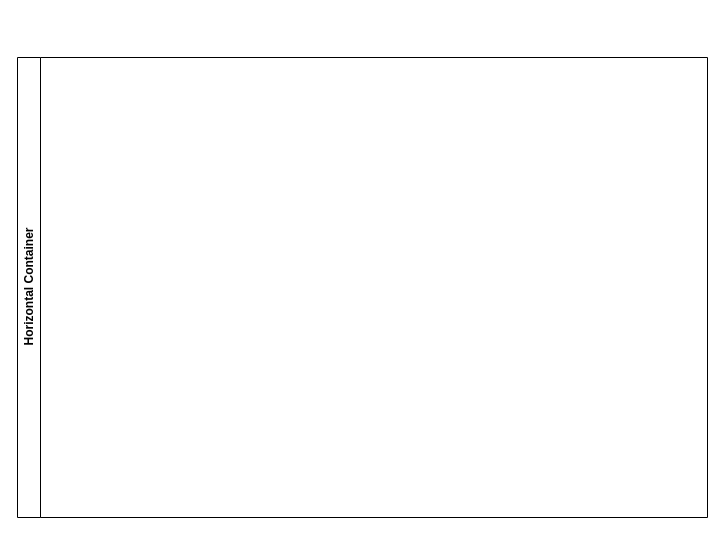
The draw.io diagram template.drawio in Karennc0/XMOBOTS, before the edit. Source tidied: cells renumbered, new cells numbered last; positions are measured from the earlier drawing's top-left corner, leaving out a move shared by most shapes. Both pictures are drawn from the tidied source at 100%, with x=0, y=0 at pixel (17, 57).
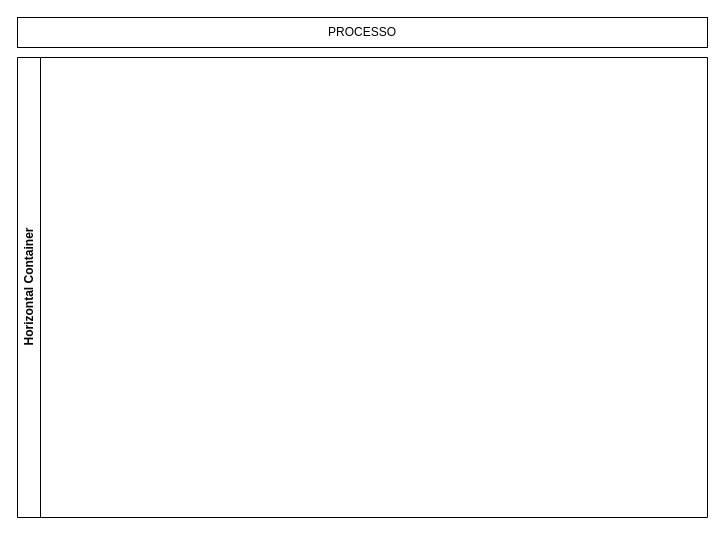
Above is the later version.

Diff of the diagram source:
```diff
@@
 <mxGraphModel>
   <root>
     <mxCell id="0" />
     <mxCell id="1" parent="0" />
     <mxCell id="2" value="Horizontal Container" style="swimlane;horizontal=0;whiteSpace=wrap;html=1;" parent="1" vertex="1">
       <mxGeometry width="690" height="460" as="geometry" />
     </mxCell>
+    <mxCell id="3" value="PROCESSO" style="rounded=0;whiteSpace=wrap;html=1;" parent="1" vertex="1">
+      <mxGeometry y="-40" width="690" height="30" as="geometry" />
+    </mxCell>
   </root>
 </mxGraphModel>
```
